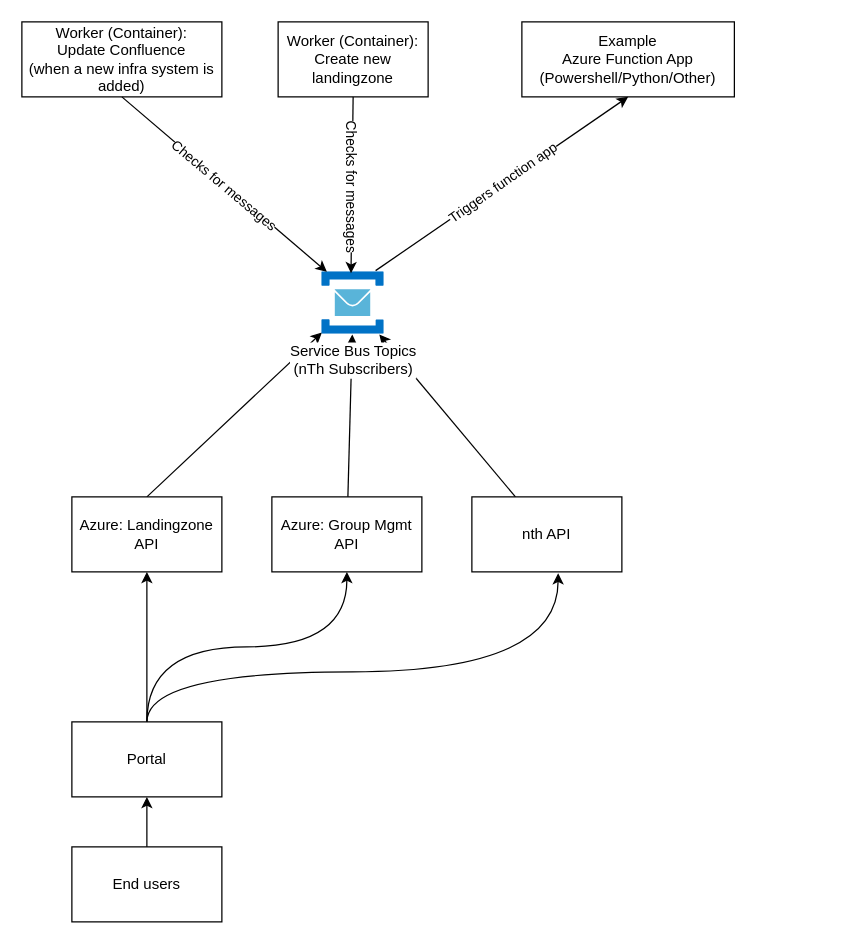
Above: files/Infra self-service architecture overview.drawio in mnj/drawio (draw.io), before the change. Source tidied: cells renumbered, new cells numbered last; positions are measured from the earlier drawing's top-left corner, leaving out a move shared by most shapes. Both pictures are drawn from the tidied source at 125%, with x=0, y=0 at pixel (21, 21).
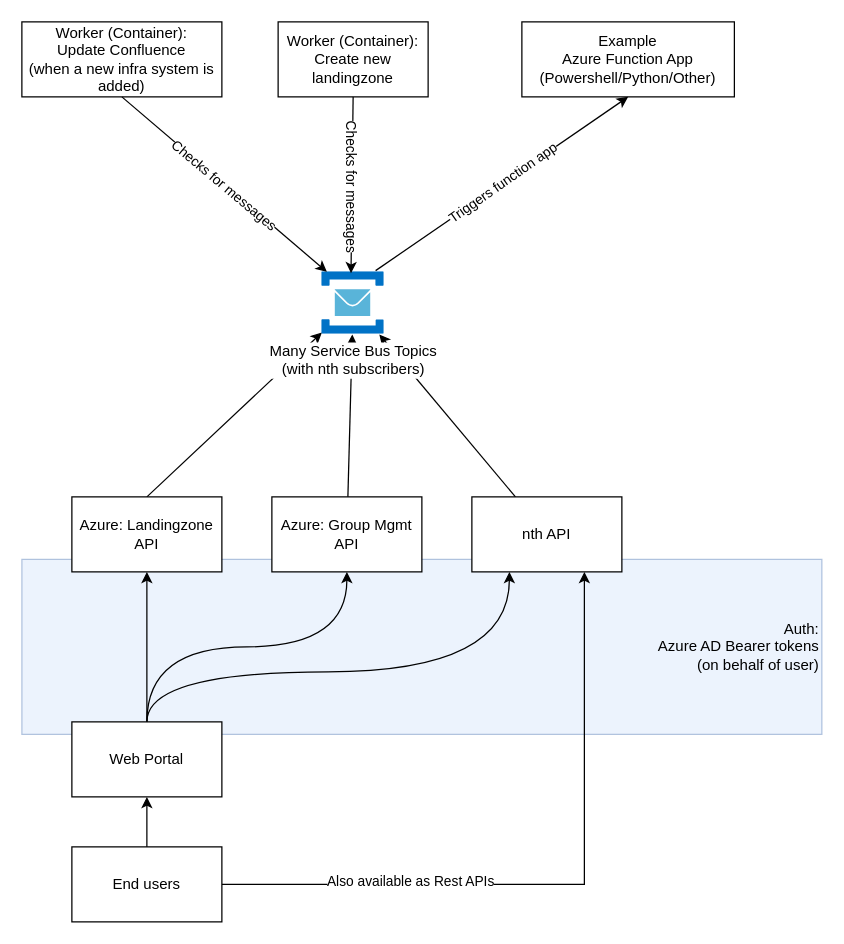
The same page after the edit.

The change refers to these unchanged cells:
```xml
<mxCell id="9" value="End users" style="rounded=0;whiteSpace=wrap;html=1;" parent="1" vertex="1">
  <mxGeometry x="40" y="660" width="120" height="60" as="geometry" />
</mxCell>
<mxCell id="13" value="nth API" style="rounded=0;whiteSpace=wrap;html=1;" parent="1" vertex="1">
  <mxGeometry x="360" y="380" width="120" height="60" as="geometry" />
</mxCell>
```

Diff of the diagram source:
```diff
@@
+    <mxCell id="24" value="Auth:&lt;br&gt;Azure AD Bearer tokens &lt;br&gt;(on behalf of user)" style="rounded=0;whiteSpace=wrap;html=1;fillColor=#dae8fc;strokeColor=#6c8ebf;opacity=50;align=right;" parent="1" vertex="1">
+      <mxGeometry y="430" width="640" height="140" as="geometry" />
+    </mxCell>
@@
-    <mxCell id="4" style="edgeStyle=orthogonalEdgeStyle;rounded=0;jettySize=auto;html=1;exitX=0.5;exitY=0;exitDx=0;exitDy=0;entryX=0.575;entryY=1.017;entryDx=0;entryDy=0;entryPerimeter=0;curved=1;" parent="1" edge="1" source="5" target="13">
+    <mxCell id="4" style="edgeStyle=orthogonalEdgeStyle;rounded=0;jettySize=auto;html=1;exitX=0.5;exitY=0;exitDx=0;exitDy=0;entryX=0.25;entryY=1;entryDx=0;entryDy=0;curved=1;" parent="1" edge="1" source="5" target="13">
       <mxGeometry relative="1" as="geometry">
         <Array as="points">
           <mxPoint x="100" y="520" />
-          <mxPoint x="429" y="520" />
+          <mxPoint x="390" y="520" />
         </Array>
       </mxGeometry>
     </mxCell>
-    <mxCell id="5" value="Portal" style="rounded=0;whiteSpace=wrap;html=1;" parent="1" vertex="1">
+    <mxCell id="5" value="Web Portal" style="rounded=0;whiteSpace=wrap;html=1;" parent="1" vertex="1">
       <mxGeometry x="40" y="560" width="120" height="60" as="geometry" />
     </mxCell>
@@
+    <mxCell id="25" style="edgeStyle=elbowEdgeStyle;rounded=0;jettySize=auto;html=1;entryX=0.75;entryY=1;entryDx=0;entryDy=0;elbow=vertical;" parent="1" edge="1" source="9" target="13">
+      <mxGeometry relative="1" as="geometry">
+        <Array as="points">
+          <mxPoint x="330" y="690" />
+        </Array>
+      </mxGeometry>
+    </mxCell>
+    <mxCell id="26" value="Also available as Rest APIs" style="edgeLabel;html=1;align=center;verticalAlign=middle;" parent="25" vertex="1">
+      <mxGeometry x="-0.77" y="3" relative="1" as="geometry">
+        <mxPoint x="88" as="offset" />
+      </mxGeometry>
+    </mxCell>
@@
-    <mxCell id="14" value="Service Bus Topics&lt;br&gt;(nTh Subscribers)" style="sketch=0;html=1;points=[];align=center;image;fontSize=12;image=img/lib/mscae/Service_Bus.svg;" parent="1" vertex="1">
+    <mxCell id="14" value="Many Service Bus Topics&lt;br&gt;(with nth subscribers)" style="sketch=0;html=1;points=[];align=center;image;fontSize=12;image=img/lib/mscae/Service_Bus.svg;" parent="1" vertex="1">
       <mxGeometry x="240" y="200" width="50" height="50" as="geometry" />
     </mxCell>
```
